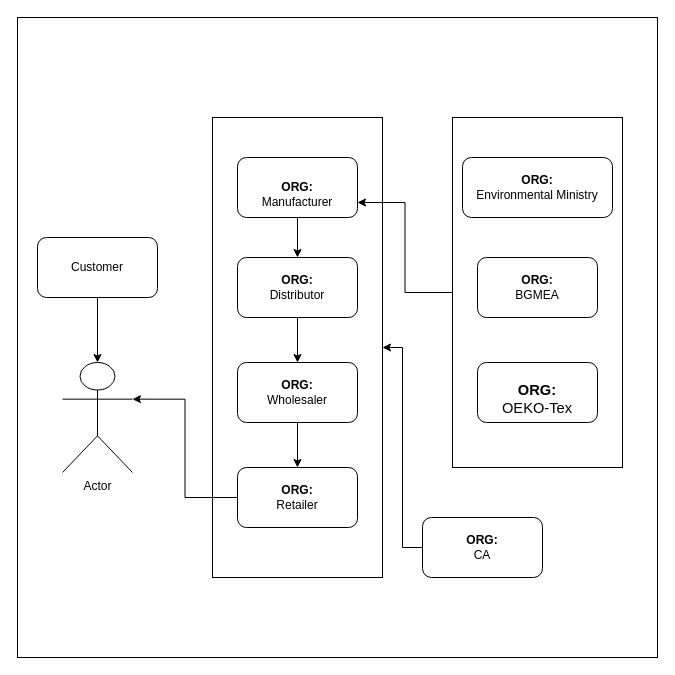
xack20/xack20 keeps this draw.io diagram as Untitled Diagram.drawio. Above is the earlier version. Source tidied: cells renumbered, new cells numbered last; positions are measured from the earlier drawing's top-left corner, leaving out a move shared by most shapes. Both pictures are drawn from the tidied source at 100%, with x=0, y=0 at pixel (17, 17).
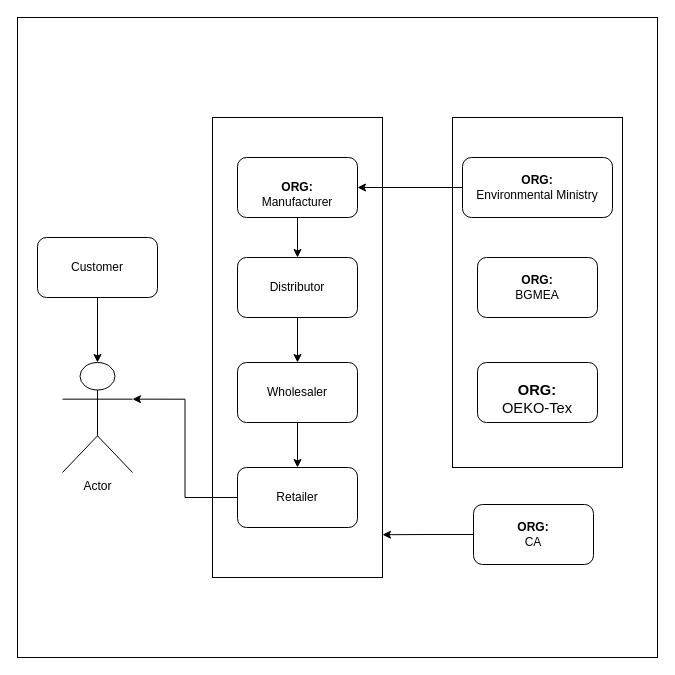
The same page after the edit.

The change refers to these unchanged cells:
```xml
<mxCell id="3" style="rounded=0;whiteSpace=wrap;html=1;" parent="1" vertex="1">
  <mxGeometry x="195" y="100" width="170" height="460" as="geometry" />
</mxCell>
<mxCell id="14" value="&lt;br&gt;&lt;b&gt;ORG:&lt;/b&gt;&lt;br&gt;&lt;div&gt;Manufacturer&lt;/div&gt;" style="rounded=1;whiteSpace=wrap;html=1;" parent="1" vertex="1">
  <mxGeometry x="220" y="140" width="120" height="60" as="geometry" />
</mxCell>
<mxCell id="18" style="rounded=0;whiteSpace=wrap;html=1;" parent="1" vertex="1">
  <mxGeometry x="435" y="100" width="170" height="350" as="geometry" />
</mxCell>
<mxCell id="21" value="&lt;b&gt;ORG:&lt;/b&gt;&lt;div&gt;Environmental Ministry&lt;/div&gt;" style="rounded=1;whiteSpace=wrap;html=1;" parent="1" vertex="1">
  <mxGeometry x="445" y="140" width="150" height="60" as="geometry" />
</mxCell>
```

Change to the diagram source:
```diff
@@
-    <mxCell id="8" value="&lt;b&gt;ORG:&lt;/b&gt;&lt;div&gt;Distributor&lt;/div&gt;" style="rounded=1;whiteSpace=wrap;html=1;" parent="1" vertex="1">
+    <mxCell id="8" value="&lt;b&gt;&lt;/b&gt;&lt;div&gt;Distributor&lt;/div&gt;" style="rounded=1;whiteSpace=wrap;html=1;" parent="1" vertex="1">
       <mxGeometry x="220" y="240" width="120" height="60" as="geometry" />
     </mxCell>
@@
-    <mxCell id="10" value="&lt;b&gt;ORG:&lt;/b&gt;&lt;div&gt;Wholesaler&lt;/div&gt;" style="rounded=1;whiteSpace=wrap;html=1;" parent="1" vertex="1">
+    <mxCell id="10" value="&lt;b&gt;&lt;/b&gt;&lt;div&gt;Wholesaler&lt;/div&gt;" style="rounded=1;whiteSpace=wrap;html=1;" parent="1" vertex="1">
       <mxGeometry x="220" y="345" width="120" height="60" as="geometry" />
     </mxCell>
@@
-    <mxCell id="12" value="&lt;b&gt;ORG:&lt;/b&gt;&lt;div&gt;Retailer&lt;/div&gt;" style="rounded=1;whiteSpace=wrap;html=1;" parent="1" vertex="1">
+    <mxCell id="12" value="&lt;b&gt;&lt;/b&gt;&lt;div&gt;Retailer&lt;/div&gt;" style="rounded=1;whiteSpace=wrap;html=1;" parent="1" vertex="1">
       <mxGeometry x="220" y="450" width="120" height="60" as="geometry" />
     </mxCell>
@@
-    <mxCell id="15" style="edgeStyle=orthogonalEdgeStyle;rounded=0;jettySize=auto;html=1;entryX=1;entryY=0.5;entryDx=0;entryDy=0;" parent="1" edge="1" source="16" target="3">
+    <mxCell id="15" style="edgeStyle=orthogonalEdgeStyle;rounded=0;jettySize=auto;html=1;entryX=1;entryY=0.907;entryDx=0;entryDy=0;entryPerimeter=0;" parent="1" edge="1" source="16" target="3">
       <mxGeometry relative="1" as="geometry" />
     </mxCell>
     <mxCell id="16" value="&lt;b&gt;ORG:&lt;/b&gt;&lt;div&gt;CA&lt;/div&gt;" style="rounded=1;whiteSpace=wrap;html=1;" parent="1" vertex="1">
-      <mxGeometry x="405" y="500" width="120" height="60" as="geometry" />
+      <mxGeometry x="456" y="487" width="120" height="60" as="geometry" />
     </mxCell>
-    <mxCell id="17" style="edgeStyle=orthogonalEdgeStyle;rounded=0;jettySize=auto;html=1;entryX=1;entryY=0.75;entryDx=0;entryDy=0;" parent="1" edge="1" source="18" target="14">
-      <mxGeometry relative="1" as="geometry" />
-    </mxCell>
@@
+    <mxCell id="22" style="edgeStyle=orthogonalEdgeStyle;rounded=0;jettySize=auto;html=1;" parent="1" edge="1" source="21" target="14">
+      <mxGeometry relative="1" as="geometry" />
+    </mxCell>
```
